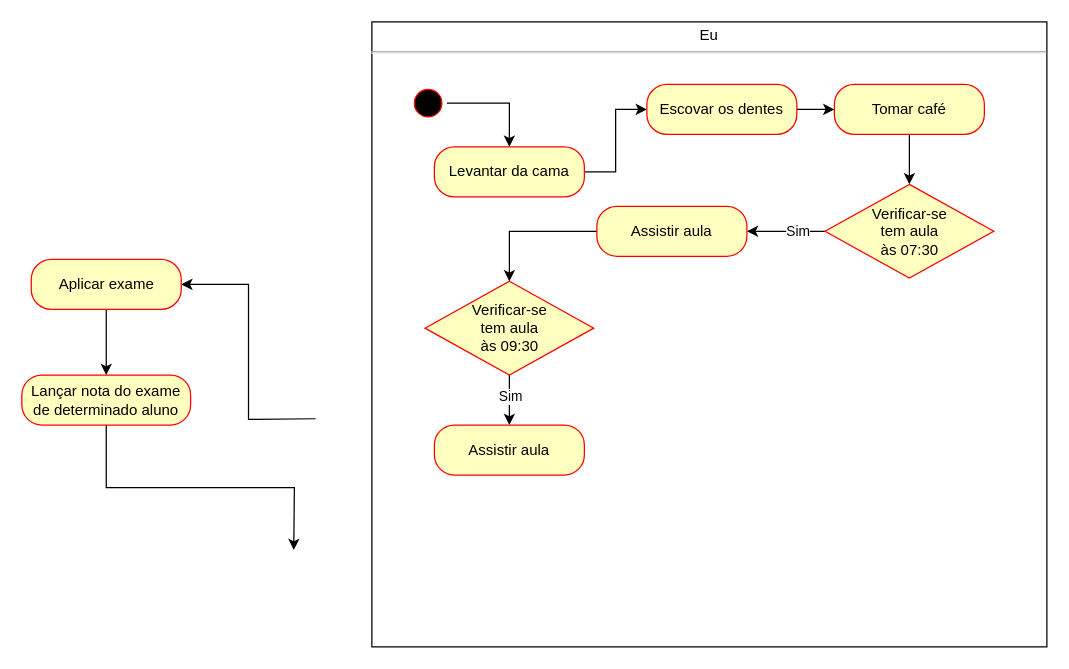
The draw.io diagram Questão 02 - P2.drawio in bruniculos08/AMS0001, before the edit. Source tidied: cells renumbered, new cells numbered last; positions are measured from the earlier drawing's top-left corner, leaving out a move shared by most shapes. Both pictures are drawn from the tidied source at 125%, with x=0, y=0 at pixel (21, 21).
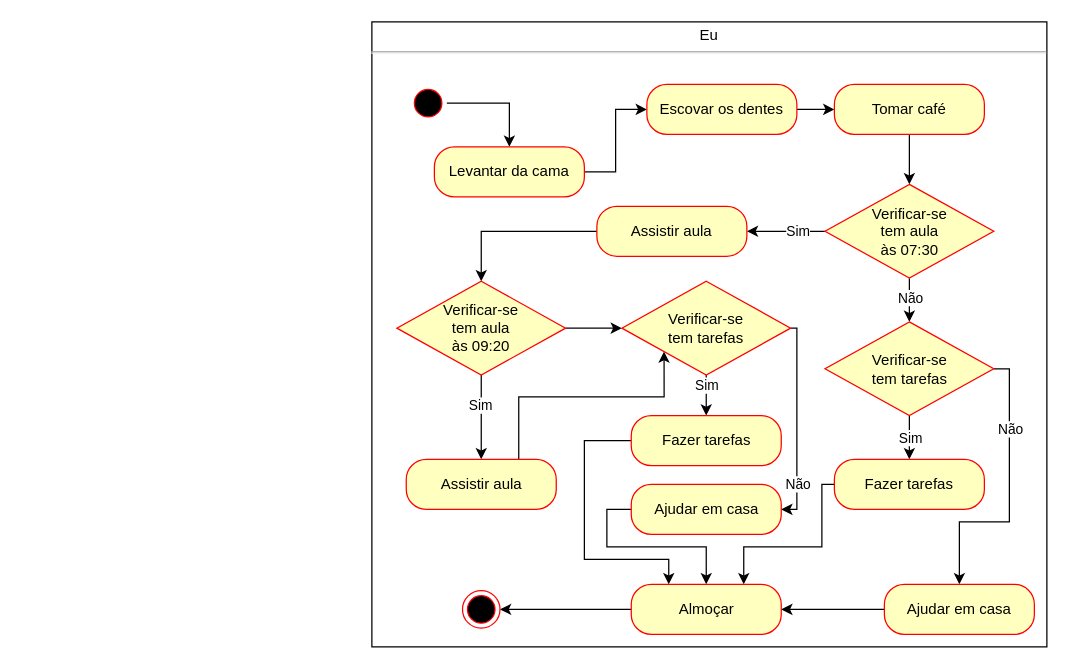
Above is the later version.

Unchanged cells that the change refers to:
```xml
<mxCell id="14" value="Verificar-se &lt;br&gt;tem aula&lt;br&gt;às 07:30" style="rhombus;whiteSpace=wrap;html=1;fillColor=#ffffc0;strokeColor=#ff0000;" parent="1" vertex="1">
  <mxGeometry x="642.5" y="130" width="135" height="75" as="geometry" />
</mxCell>
```

Change to the diagram source:
```diff
@@
-    <mxCell id="7" style="edgeStyle=orthogonalEdgeStyle;rounded=0;jettySize=auto;html=1;exitX=0;exitY=0.5;exitDx=0;exitDy=0;entryX=1;entryY=0.5;entryDx=0;entryDy=0;" parent="1" edge="1" target="9">
-      <mxGeometry relative="1" as="geometry">
-        <mxPoint x="235" y="317.5" as="sourcePoint" />
-      </mxGeometry>
-    </mxCell>
-    <mxCell id="8" style="edgeStyle=orthogonalEdgeStyle;rounded=0;jettySize=auto;html=1;exitX=0.5;exitY=1;exitDx=0;exitDy=0;entryX=0.5;entryY=0;entryDx=0;entryDy=0;" parent="1" edge="1" source="9" target="11">
-      <mxGeometry relative="1" as="geometry" />
-    </mxCell>
-    <mxCell id="9" value="Aplicar exame" style="rounded=1;whiteSpace=wrap;html=1;arcSize=40;fontColor=#000000;fillColor=#ffffc0;strokeColor=#ff0000;" parent="1" vertex="1">
-      <mxGeometry x="7.5" y="190" width="120" height="40" as="geometry" />
-    </mxCell>
-    <mxCell id="10" style="edgeStyle=orthogonalEdgeStyle;rounded=0;jettySize=auto;html=1;exitX=0.5;exitY=1;exitDx=0;exitDy=0;entryX=0;entryY=0.5;entryDx=0;entryDy=0;" parent="1" edge="1" source="11">
-      <mxGeometry relative="1" as="geometry">
-        <mxPoint x="217.5" y="422.5" as="targetPoint" />
-      </mxGeometry>
-    </mxCell>
-    <mxCell id="11" value="Lançar nota do exame de determinado aluno" style="rounded=1;whiteSpace=wrap;html=1;arcSize=40;fontColor=#000000;fillColor=#ffffc0;strokeColor=#ff0000;" parent="1" vertex="1">
-      <mxGeometry y="282.5" width="135" height="40" as="geometry" />
-    </mxCell>
@@
+    <mxCell id="25" style="edgeStyle=orthogonalEdgeStyle;rounded=0;jettySize=auto;html=1;exitX=0.5;exitY=1;exitDx=0;exitDy=0;" parent="1" edge="1" source="14" target="34">
+      <mxGeometry relative="1" as="geometry" />
+    </mxCell>
+    <mxCell id="26" value="Não" style="edgeLabel;html=1;align=center;verticalAlign=middle;" parent="25" vertex="1">
+      <mxGeometry x="0.41" relative="1" as="geometry">
+        <mxPoint y="-7" as="offset" />
+      </mxGeometry>
+    </mxCell>
@@
+    <mxCell id="27" style="edgeStyle=orthogonalEdgeStyle;rounded=0;jumpStyle=sharp;jettySize=auto;html=1;exitX=1;exitY=0.5;exitDx=0;exitDy=0;entryX=0;entryY=0.5;entryDx=0;entryDy=0;" parent="1" edge="1" source="23" target="43">
+      <mxGeometry relative="1" as="geometry" />
+    </mxCell>
-    <mxCell id="21" style="edgeStyle=orthogonalEdgeStyle;rounded=0;jettySize=auto;html=1;exitX=0.5;exitY=1;exitDx=0;exitDy=0;entryX=0.5;entryY=0;entryDx=0;entryDy=0;" parent="1" edge="1" source="23" target="24">
+    <mxCell id="21" style="edgeStyle=orthogonalEdgeStyle;rounded=0;jumpStyle=sharp;jettySize=auto;html=1;exitX=0.5;exitY=1;exitDx=0;exitDy=0;entryX=0.5;entryY=0;entryDx=0;entryDy=0;" parent="1" edge="1" source="23" target="24">
       <mxGeometry relative="1" as="geometry">
         <Array as="points">
-          <mxPoint x="390" y="290" />
-          <mxPoint x="390" y="290" />
+          <mxPoint x="368" y="290" />
+          <mxPoint x="368" y="290" />
         </Array>
       </mxGeometry>
     </mxCell>
-    <mxCell id="22" value="Sim" style="edgeLabel;html=1;align=center;verticalAlign=middle;" parent="21" vertex="1">
-      <mxGeometry x="-0.75" y="2" relative="1" as="geometry">
-        <mxPoint x="-2" y="12" as="offset" />
-      </mxGeometry>
-    </mxCell>
+    <mxCell id="28" value="Sim" style="edgeLabel;html=1;align=center;verticalAlign=middle;" parent="21" vertex="1">
+      <mxGeometry x="-0.3" y="-1" relative="1" as="geometry" />
+    </mxCell>
-    <mxCell id="23" value="Verificar-se &lt;br&gt;tem aula&lt;br&gt;às 09:30" style="rhombus;whiteSpace=wrap;html=1;fillColor=#ffffc0;strokeColor=#ff0000;" parent="1" vertex="1">
-      <mxGeometry x="322.5" y="207.5" width="135" height="75" as="geometry" />
+    <mxCell id="23" value="Verificar-se &lt;br&gt;tem aula&lt;br&gt;às 09:20" style="rhombus;whiteSpace=wrap;html=1;fillColor=#ffffc0;strokeColor=#ff0000;" parent="1" vertex="1">
+      <mxGeometry x="300" y="207.5" width="135" height="75" as="geometry" />
     </mxCell>
+    <mxCell id="29" style="edgeStyle=orthogonalEdgeStyle;rounded=0;jumpStyle=sharp;jettySize=auto;html=1;exitX=0.75;exitY=0;exitDx=0;exitDy=0;entryX=0;entryY=1;entryDx=0;entryDy=0;" parent="1" edge="1" source="24" target="43">
+      <mxGeometry relative="1" as="geometry">
+        <Array as="points">
+          <mxPoint x="398" y="300" />
+          <mxPoint x="514" y="300" />
+        </Array>
+      </mxGeometry>
+    </mxCell>
     <mxCell id="24" value="Assistir aula" style="rounded=1;whiteSpace=wrap;html=1;arcSize=40;fontColor=#000000;fillColor=#ffffc0;strokeColor=#ff0000;" parent="1" vertex="1">
-      <mxGeometry x="330" y="322.5" width="120" height="40" as="geometry" />
+      <mxGeometry x="307.5" y="350" width="120" height="40" as="geometry" />
     </mxCell>
+    <mxCell id="30" style="edgeStyle=orthogonalEdgeStyle;rounded=0;jettySize=auto;html=1;exitX=0.5;exitY=1;exitDx=0;exitDy=0;entryX=0.5;entryY=0;entryDx=0;entryDy=0;" parent="1" edge="1" source="34" target="36">
+      <mxGeometry relative="1" as="geometry">
+        <Array as="points">
+          <mxPoint x="710" y="340" />
+          <mxPoint x="710" y="340" />
+        </Array>
+      </mxGeometry>
+    </mxCell>
+    <mxCell id="31" value="Sim" style="edgeLabel;html=1;align=center;verticalAlign=middle;" parent="30" vertex="1">
+      <mxGeometry x="-0.54" y="-1" relative="1" as="geometry">
+        <mxPoint x="1" y="9" as="offset" />
+      </mxGeometry>
+    </mxCell>
+    <mxCell id="32" style="edgeStyle=orthogonalEdgeStyle;rounded=0;jettySize=auto;html=1;exitX=1;exitY=0.5;exitDx=0;exitDy=0;entryX=0.5;entryY=0;entryDx=0;entryDy=0;" parent="1" edge="1" source="34" target="38">
+      <mxGeometry relative="1" as="geometry">
+        <Array as="points">
+          <mxPoint x="790" y="277" />
+          <mxPoint x="790" y="400" />
+          <mxPoint x="750" y="400" />
+        </Array>
+      </mxGeometry>
+    </mxCell>
+    <mxCell id="33" value="Não" style="edgeLabel;html=1;align=center;verticalAlign=middle;" parent="32" vertex="1">
+      <mxGeometry x="-0.79" y="-1" relative="1" as="geometry">
+        <mxPoint x="1" y="36" as="offset" />
+      </mxGeometry>
+    </mxCell>
+    <mxCell id="34" value="Verificar-se &lt;br&gt;tem tarefas" style="rhombus;whiteSpace=wrap;html=1;fillColor=#ffffc0;strokeColor=#ff0000;" parent="1" vertex="1">
+      <mxGeometry x="642.5" y="240" width="135" height="75" as="geometry" />
+    </mxCell>
+    <mxCell id="35" style="edgeStyle=orthogonalEdgeStyle;rounded=0;jumpStyle=sharp;jettySize=auto;html=1;exitX=0;exitY=0.5;exitDx=0;exitDy=0;entryX=0.75;entryY=0;entryDx=0;entryDy=0;" parent="1" edge="1" source="36" target="49">
+      <mxGeometry relative="1" as="geometry">
+        <Array as="points">
+          <mxPoint x="640" y="370" />
+          <mxPoint x="640" y="420" />
+          <mxPoint x="577" y="420" />
+        </Array>
+      </mxGeometry>
+    </mxCell>
+    <mxCell id="36" value="Fazer tarefas" style="rounded=1;whiteSpace=wrap;html=1;arcSize=40;fontColor=#000000;fillColor=#ffffc0;strokeColor=#ff0000;" parent="1" vertex="1">
+      <mxGeometry x="650" y="350" width="120" height="40" as="geometry" />
+    </mxCell>
+    <mxCell id="37" style="edgeStyle=orthogonalEdgeStyle;rounded=0;jumpStyle=sharp;jettySize=auto;html=1;exitX=0;exitY=0.5;exitDx=0;exitDy=0;" parent="1" edge="1" source="38" target="49">
+      <mxGeometry relative="1" as="geometry" />
+    </mxCell>
+    <mxCell id="38" value="Ajudar em casa" style="rounded=1;whiteSpace=wrap;html=1;arcSize=40;fontColor=#000000;fillColor=#ffffc0;strokeColor=#ff0000;" parent="1" vertex="1">
+      <mxGeometry x="690" y="450" width="120" height="40" as="geometry" />
+    </mxCell>
+    <mxCell id="39" style="edgeStyle=orthogonalEdgeStyle;rounded=0;jumpStyle=sharp;jettySize=auto;html=1;exitX=0.5;exitY=1;exitDx=0;exitDy=0;entryX=0.5;entryY=0;entryDx=0;entryDy=0;" parent="1" edge="1" source="43" target="45">
+      <mxGeometry relative="1" as="geometry">
+        <Array as="points">
+          <mxPoint x="548" y="290" />
+          <mxPoint x="548" y="290" />
+        </Array>
+      </mxGeometry>
+    </mxCell>
+    <mxCell id="40" value="Sim" style="edgeLabel;html=1;align=center;verticalAlign=middle;" parent="39" vertex="1">
+      <mxGeometry x="0.23" relative="1" as="geometry">
+        <mxPoint y="-12" as="offset" />
+      </mxGeometry>
+    </mxCell>
+    <mxCell id="41" style="edgeStyle=orthogonalEdgeStyle;rounded=0;jumpStyle=sharp;jettySize=auto;html=1;exitX=1;exitY=0.5;exitDx=0;exitDy=0;entryX=1;entryY=0.5;entryDx=0;entryDy=0;" parent="1" edge="1" source="43" target="47">
+      <mxGeometry relative="1" as="geometry">
+        <Array as="points">
+          <mxPoint x="620" y="245" />
+          <mxPoint x="620" y="390" />
+        </Array>
+      </mxGeometry>
+    </mxCell>
+    <mxCell id="42" value="Não" style="edgeLabel;html=1;align=center;verticalAlign=middle;" parent="41" vertex="1">
+      <mxGeometry x="0.17" y="3" relative="1" as="geometry">
+        <mxPoint x="-3" y="34" as="offset" />
+      </mxGeometry>
+    </mxCell>
+    <mxCell id="43" value="Verificar-se &lt;br&gt;tem tarefas" style="rhombus;whiteSpace=wrap;html=1;fillColor=#ffffc0;strokeColor=#ff0000;" parent="1" vertex="1">
+      <mxGeometry x="480" y="207.5" width="135" height="75" as="geometry" />
+    </mxCell>
+    <mxCell id="44" style="edgeStyle=orthogonalEdgeStyle;rounded=0;jumpStyle=sharp;jettySize=auto;html=1;exitX=0;exitY=0.5;exitDx=0;exitDy=0;entryX=0.25;entryY=0;entryDx=0;entryDy=0;" parent="1" edge="1" source="45" target="49">
+      <mxGeometry relative="1" as="geometry">
+        <Array as="points">
+          <mxPoint x="450" y="335" />
+          <mxPoint x="450" y="430" />
+          <mxPoint x="518" y="430" />
+        </Array>
+      </mxGeometry>
+    </mxCell>
+    <mxCell id="45" value="Fazer tarefas" style="rounded=1;whiteSpace=wrap;html=1;arcSize=40;fontColor=#000000;fillColor=#ffffc0;strokeColor=#ff0000;" parent="1" vertex="1">
+      <mxGeometry x="487.5" y="315" width="120" height="40" as="geometry" />
+    </mxCell>
+    <mxCell id="46" style="edgeStyle=orthogonalEdgeStyle;rounded=0;jumpStyle=sharp;jettySize=auto;html=1;exitX=0;exitY=0.5;exitDx=0;exitDy=0;entryX=0.5;entryY=0;entryDx=0;entryDy=0;" parent="1" edge="1" source="47" target="49">
+      <mxGeometry relative="1" as="geometry">
+        <Array as="points">
+          <mxPoint x="468" y="390" />
+          <mxPoint x="468" y="420" />
+          <mxPoint x="548" y="420" />
+        </Array>
+      </mxGeometry>
+    </mxCell>
+    <mxCell id="47" value="Ajudar em casa" style="rounded=1;whiteSpace=wrap;html=1;arcSize=40;fontColor=#000000;fillColor=#ffffc0;strokeColor=#ff0000;" parent="1" vertex="1">
+      <mxGeometry x="487.5" y="370" width="120" height="40" as="geometry" />
+    </mxCell>
+    <mxCell id="48" style="edgeStyle=orthogonalEdgeStyle;rounded=0;jumpStyle=sharp;jettySize=auto;html=1;exitX=0;exitY=0.5;exitDx=0;exitDy=0;entryX=1;entryY=0.5;entryDx=0;entryDy=0;" parent="1" edge="1" source="49" target="50">
+      <mxGeometry relative="1" as="geometry" />
+    </mxCell>
+    <mxCell id="49" value="Almoçar" style="rounded=1;whiteSpace=wrap;html=1;arcSize=40;fontColor=#000000;fillColor=#ffffc0;strokeColor=#ff0000;" parent="1" vertex="1">
+      <mxGeometry x="487.5" y="450" width="120" height="40" as="geometry" />
+    </mxCell>
+    <mxCell id="50" style="ellipse;html=1;shape=endState;fillColor=#000000;strokeColor=#ff0000;" parent="1" vertex="1">
+      <mxGeometry x="352.5" y="455" width="30" height="30" as="geometry" />
+    </mxCell>
```
